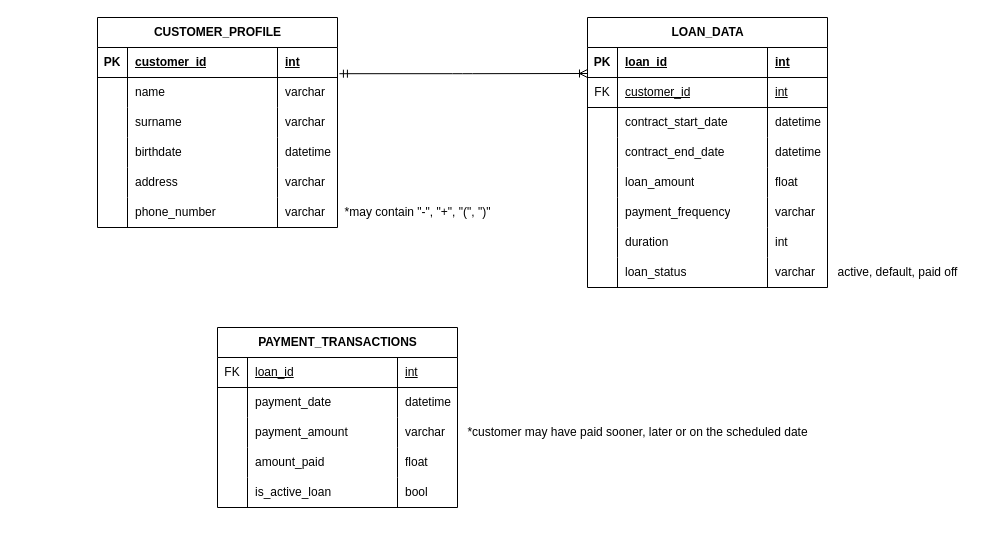
Earlier version of the draw.io diagram Diagrama sin título.drawio (saul-soto/business-case-assessment). Source tidied: cells renumbered, new cells numbered last; positions are measured from the earlier drawing's top-left corner, leaving out a move shared by most shapes. Both pictures are drawn from the tidied source at 100%, with x=0, y=0 at pixel (97, 17).
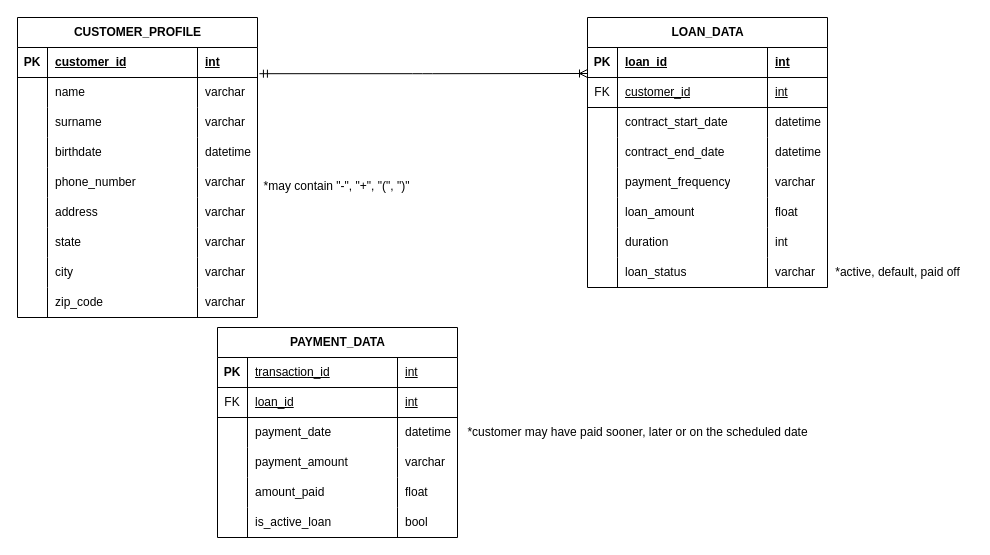
Above is the later version.

The change refers to these unchanged cells:
```xml
<mxCell id="28" value="LOAN_DATA" style="shape=table;startSize=30;childLayout=tableLayout;rowLines=0;fontStyle=1;align=center;html=1;" parent="1" vertex="1">
  <mxGeometry x="490" width="240" height="270" as="geometry" />
</mxCell>
<mxCell id="62" style="shape=tableRow;horizontal=0;startSize=0;swimlaneHead=0;swimlaneBody=0;fillColor=none;top=0;left=0;right=0;bottom=1;" parent="61" vertex="1">
  <mxGeometry y="30" width="240" height="30" as="geometry" />
</mxCell>
```

Change to the diagram source:
```diff
@@
     <mxCell id="3" value="CUSTOMER_PROFILE" style="shape=table;startSize=30;childLayout=tableLayout;rowLines=0;fontStyle=1;align=center;html=1;" parent="1" vertex="1">
-      <mxGeometry width="240" height="210" as="geometry" />
+      <mxGeometry x="-80" width="240" height="300" as="geometry" />
     </mxCell>
@@
+    <mxCell id="24" style="shape=tableRow;horizontal=0;startSize=0;swimlaneHead=0;swimlaneBody=0;fillColor=none;top=0;left=0;right=0;bottom=0;" parent="3" vertex="1">
+      <mxGeometry y="150" width="240" height="30" as="geometry" />
+    </mxCell>
+    <mxCell id="25" style="shape=partialRectangle;fillColor=none;top=0;left=0;bottom=0;right=0;overflow=hidden;whiteSpace=wrap;html=1;" parent="24" vertex="1">
+      <mxGeometry width="30" height="30" as="geometry" />
+    </mxCell>
+    <mxCell id="26" value="phone_number" style="shape=partialRectangle;fillColor=none;top=0;left=0;bottom=0;right=0;align=left;spacingLeft=6;overflow=hidden;whiteSpace=wrap;html=1;" parent="24" vertex="1">
+      <mxGeometry x="30" width="150" height="30" as="geometry" />
+    </mxCell>
+    <mxCell id="27" value="varchar" style="shape=partialRectangle;fillColor=none;top=0;left=0;bottom=0;right=0;align=left;spacingLeft=6;overflow=hidden;whiteSpace=wrap;html=1;" parent="24" vertex="1">
+      <mxGeometry x="180" width="60" height="30" as="geometry" />
+    </mxCell>
+    <mxCell id="85" style="shape=tableRow;horizontal=0;startSize=0;swimlaneHead=0;swimlaneBody=0;fillColor=none;top=0;left=0;right=0;bottom=0;" parent="3" vertex="1">
+      <mxGeometry y="180" width="240" height="30" as="geometry" />
+    </mxCell>
+    <mxCell id="86" style="shape=partialRectangle;fillColor=none;top=0;left=0;bottom=0;right=0;overflow=hidden;whiteSpace=wrap;html=1;" parent="85" vertex="1">
+      <mxGeometry width="30" height="30" as="geometry" />
+    </mxCell>
+    <mxCell id="87" value="address" style="shape=partialRectangle;fillColor=none;top=0;left=0;bottom=0;right=0;align=left;spacingLeft=6;overflow=hidden;whiteSpace=wrap;html=1;" parent="85" vertex="1">
+      <mxGeometry x="30" width="150" height="30" as="geometry" />
+    </mxCell>
+    <mxCell id="88" value="varchar" style="shape=partialRectangle;fillColor=none;top=0;left=0;bottom=0;right=0;align=left;spacingLeft=6;overflow=hidden;whiteSpace=wrap;html=1;" parent="85" vertex="1">
+      <mxGeometry x="180" width="60" height="30" as="geometry" />
+    </mxCell>
+    <mxCell id="89" style="shape=tableRow;horizontal=0;startSize=0;swimlaneHead=0;swimlaneBody=0;fillColor=none;top=0;left=0;right=0;bottom=0;" parent="3" vertex="1">
+      <mxGeometry y="210" width="240" height="30" as="geometry" />
+    </mxCell>
+    <mxCell id="90" style="shape=partialRectangle;fillColor=none;top=0;left=0;bottom=0;right=0;overflow=hidden;whiteSpace=wrap;html=1;" parent="89" vertex="1">
+      <mxGeometry width="30" height="30" as="geometry" />
+    </mxCell>
+    <mxCell id="91" value="state" style="shape=partialRectangle;fillColor=none;top=0;left=0;bottom=0;right=0;align=left;spacingLeft=6;overflow=hidden;whiteSpace=wrap;html=1;" parent="89" vertex="1">
+      <mxGeometry x="30" width="150" height="30" as="geometry" />
+    </mxCell>
+    <mxCell id="92" value="varchar" style="shape=partialRectangle;fillColor=none;top=0;left=0;bottom=0;right=0;align=left;spacingLeft=6;overflow=hidden;whiteSpace=wrap;html=1;" parent="89" vertex="1">
+      <mxGeometry x="180" width="60" height="30" as="geometry" />
+    </mxCell>
     <mxCell id="20" style="shape=tableRow;horizontal=0;startSize=0;swimlaneHead=0;swimlaneBody=0;fillColor=none;top=0;left=0;right=0;bottom=0;" parent="3" vertex="1">
-      <mxGeometry y="150" width="240" height="30" as="geometry" />
+      <mxGeometry y="240" width="240" height="30" as="geometry" />
     </mxCell>
@@
-    <mxCell id="22" value="address" style="shape=partialRectangle;fillColor=none;top=0;left=0;bottom=0;right=0;align=left;spacingLeft=6;overflow=hidden;whiteSpace=wrap;html=1;" parent="20" vertex="1">
+    <mxCell id="22" value="city" style="shape=partialRectangle;fillColor=none;top=0;left=0;bottom=0;right=0;align=left;spacingLeft=6;overflow=hidden;whiteSpace=wrap;html=1;" parent="20" vertex="1">
       <mxGeometry x="30" width="150" height="30" as="geometry" />
     </mxCell>
@@
-    <mxCell id="24" style="shape=tableRow;horizontal=0;startSize=0;swimlaneHead=0;swimlaneBody=0;fillColor=none;top=0;left=0;right=0;bottom=0;" parent="3" vertex="1">
-      <mxGeometry y="180" width="240" height="30" as="geometry" />
-    </mxCell>
-    <mxCell id="25" style="shape=partialRectangle;fillColor=none;top=0;left=0;bottom=0;right=0;overflow=hidden;whiteSpace=wrap;html=1;" parent="24" vertex="1">
-      <mxGeometry width="30" height="30" as="geometry" />
-    </mxCell>
-    <mxCell id="26" value="phone_number" style="shape=partialRectangle;fillColor=none;top=0;left=0;bottom=0;right=0;align=left;spacingLeft=6;overflow=hidden;whiteSpace=wrap;html=1;" parent="24" vertex="1">
-      <mxGeometry x="30" width="150" height="30" as="geometry" />
-    </mxCell>
-    <mxCell id="27" value="varchar" style="shape=partialRectangle;fillColor=none;top=0;left=0;bottom=0;right=0;align=left;spacingLeft=6;overflow=hidden;whiteSpace=wrap;html=1;" parent="24" vertex="1">
-      <mxGeometry x="180" width="60" height="30" as="geometry" />
-    </mxCell>
+    <mxCell id="93" style="shape=tableRow;horizontal=0;startSize=0;swimlaneHead=0;swimlaneBody=0;fillColor=none;top=0;left=0;right=0;bottom=0;" parent="3" vertex="1">
+      <mxGeometry y="270" width="240" height="30" as="geometry" />
+    </mxCell>
+    <mxCell id="94" style="shape=partialRectangle;fillColor=none;top=0;left=0;bottom=0;right=0;overflow=hidden;whiteSpace=wrap;html=1;" parent="93" vertex="1">
+      <mxGeometry width="30" height="30" as="geometry" />
+    </mxCell>
+    <mxCell id="95" value="zip_code" style="shape=partialRectangle;fillColor=none;top=0;left=0;bottom=0;right=0;align=left;spacingLeft=6;overflow=hidden;whiteSpace=wrap;html=1;" parent="93" vertex="1">
+      <mxGeometry x="30" width="150" height="30" as="geometry" />
+    </mxCell>
+    <mxCell id="96" value="varchar" style="shape=partialRectangle;fillColor=none;top=0;left=0;bottom=0;right=0;align=left;spacingLeft=6;overflow=hidden;whiteSpace=wrap;html=1;" parent="93" vertex="1">
+      <mxGeometry x="180" width="60" height="30" as="geometry" />
+    </mxCell>
@@
+    <mxCell id="49" style="shape=tableRow;horizontal=0;startSize=0;swimlaneHead=0;swimlaneBody=0;fillColor=none;top=0;left=0;right=0;bottom=0;" parent="28" vertex="1">
+      <mxGeometry y="150" width="240" height="30" as="geometry" />
+    </mxCell>
+    <mxCell id="50" style="shape=partialRectangle;fillColor=none;top=0;left=0;bottom=0;right=0;overflow=hidden;whiteSpace=wrap;html=1;" parent="49" vertex="1">
+      <mxGeometry width="30" height="30" as="geometry" />
+    </mxCell>
+    <mxCell id="51" value="payment_frequency" style="shape=partialRectangle;fillColor=none;top=0;left=0;bottom=0;right=0;align=left;spacingLeft=6;overflow=hidden;whiteSpace=wrap;html=1;" parent="49" vertex="1">
+      <mxGeometry x="30" width="150" height="30" as="geometry" />
+    </mxCell>
+    <mxCell id="52" value="varchar" style="shape=partialRectangle;fillColor=none;top=0;left=0;bottom=0;right=0;align=left;spacingLeft=6;overflow=hidden;whiteSpace=wrap;html=1;" parent="49" vertex="1">
+      <mxGeometry x="180" width="60" height="30" as="geometry" />
+    </mxCell>
     <mxCell id="45" style="shape=tableRow;horizontal=0;startSize=0;swimlaneHead=0;swimlaneBody=0;fillColor=none;top=0;left=0;right=0;bottom=0;" parent="28" vertex="1">
-      <mxGeometry y="150" width="240" height="30" as="geometry" />
+      <mxGeometry y="180" width="240" height="30" as="geometry" />
     </mxCell>
@@
-    <mxCell id="49" style="shape=tableRow;horizontal=0;startSize=0;swimlaneHead=0;swimlaneBody=0;fillColor=none;top=0;left=0;right=0;bottom=0;" parent="28" vertex="1">
-      <mxGeometry y="180" width="240" height="30" as="geometry" />
-    </mxCell>
-    <mxCell id="50" style="shape=partialRectangle;fillColor=none;top=0;left=0;bottom=0;right=0;overflow=hidden;whiteSpace=wrap;html=1;" parent="49" vertex="1">
-      <mxGeometry width="30" height="30" as="geometry" />
-    </mxCell>
-    <mxCell id="51" value="payment_frequency" style="shape=partialRectangle;fillColor=none;top=0;left=0;bottom=0;right=0;align=left;spacingLeft=6;overflow=hidden;whiteSpace=wrap;html=1;" parent="49" vertex="1">
-      <mxGeometry x="30" width="150" height="30" as="geometry" />
-    </mxCell>
-    <mxCell id="52" value="varchar" style="shape=partialRectangle;fillColor=none;top=0;left=0;bottom=0;right=0;align=left;spacingLeft=6;overflow=hidden;whiteSpace=wrap;html=1;" parent="49" vertex="1">
-      <mxGeometry x="180" width="60" height="30" as="geometry" />
-    </mxCell>
@@
-    <mxCell id="61" value="PAYMENT_TRANSACTIONS" style="shape=table;startSize=30;childLayout=tableLayout;rowLines=0;fontStyle=1;align=center;html=1;" parent="1" vertex="1">
-      <mxGeometry x="120" y="310" width="240" height="180" as="geometry" />
+    <mxCell id="61" value="PAYMENT_DATA" style="shape=table;startSize=30;childLayout=tableLayout;rowLines=0;fontStyle=1;align=center;html=1;" parent="1" vertex="1">
+      <mxGeometry x="120" y="310" width="240" height="210" as="geometry" />
     </mxCell>
@@
-    <mxCell id="63" value="FK" style="shape=partialRectangle;fillColor=none;top=0;left=0;bottom=0;right=0;fontStyle=0;overflow=hidden;whiteSpace=wrap;html=1;" parent="62" vertex="1">
+    <mxCell id="63" value="PK" style="shape=partialRectangle;fillColor=none;top=0;left=0;bottom=0;right=0;fontStyle=1;overflow=hidden;whiteSpace=wrap;html=1;" parent="62" vertex="1">
       <mxGeometry width="30" height="30" as="geometry" />
     </mxCell>
-    <mxCell id="64" value="loan_id" style="shape=partialRectangle;fillColor=none;top=0;left=0;bottom=0;right=0;align=left;spacingLeft=6;fontStyle=4;overflow=hidden;whiteSpace=wrap;html=1;" parent="62" vertex="1">
+    <mxCell id="64" value="transaction_id" style="shape=partialRectangle;fillColor=none;top=0;left=0;bottom=0;right=0;align=left;spacingLeft=6;fontStyle=4;overflow=hidden;whiteSpace=wrap;html=1;" parent="62" vertex="1">
       <mxGeometry x="30" width="150" height="30" as="geometry" />
     </mxCell>
@@
+    <mxCell id="97" style="shape=tableRow;horizontal=0;startSize=0;swimlaneHead=0;swimlaneBody=0;fillColor=none;top=0;left=0;right=0;bottom=1;" parent="61" vertex="1">
+      <mxGeometry y="60" width="240" height="30" as="geometry" />
+    </mxCell>
+    <mxCell id="98" value="FK" style="shape=partialRectangle;fillColor=none;top=0;left=0;bottom=0;right=0;fontStyle=0;overflow=hidden;whiteSpace=wrap;html=1;" parent="97" vertex="1">
+      <mxGeometry width="30" height="30" as="geometry" />
+    </mxCell>
+    <mxCell id="99" value="loan_id" style="shape=partialRectangle;fillColor=none;top=0;left=0;bottom=0;right=0;align=left;spacingLeft=6;fontStyle=4;overflow=hidden;whiteSpace=wrap;html=1;" parent="97" vertex="1">
+      <mxGeometry x="30" width="150" height="30" as="geometry" />
+    </mxCell>
+    <mxCell id="100" value="int" style="shape=partialRectangle;fillColor=none;top=0;left=0;bottom=0;right=0;align=left;spacingLeft=6;fontStyle=4;overflow=hidden;whiteSpace=wrap;html=1;" parent="97" vertex="1">
+      <mxGeometry x="180" width="60" height="30" as="geometry" />
+    </mxCell>
     <mxCell id="66" style="shape=tableRow;horizontal=0;startSize=0;swimlaneHead=0;swimlaneBody=0;fillColor=none;top=0;left=0;right=0;bottom=0;" parent="61" vertex="1">
-      <mxGeometry y="60" width="240" height="30" as="geometry" />
+      <mxGeometry y="90" width="240" height="30" as="geometry" />
     </mxCell>
@@
     <mxCell id="70" style="shape=tableRow;horizontal=0;startSize=0;swimlaneHead=0;swimlaneBody=0;fillColor=none;top=0;left=0;right=0;bottom=0;" parent="61" vertex="1">
-      <mxGeometry y="90" width="240" height="30" as="geometry" />
+      <mxGeometry y="120" width="240" height="30" as="geometry" />
     </mxCell>
@@
     <mxCell id="74" style="shape=tableRow;horizontal=0;startSize=0;swimlaneHead=0;swimlaneBody=0;fillColor=none;top=0;left=0;right=0;bottom=0;" parent="61" vertex="1">
-      <mxGeometry y="120" width="240" height="30" as="geometry" />
+      <mxGeometry y="150" width="240" height="30" as="geometry" />
     </mxCell>
@@
     <mxCell id="78" style="shape=tableRow;horizontal=0;startSize=0;swimlaneHead=0;swimlaneBody=0;fillColor=none;top=0;left=0;right=0;bottom=0;" parent="61" vertex="1">
-      <mxGeometry y="150" width="240" height="30" as="geometry" />
+      <mxGeometry y="180" width="240" height="30" as="geometry" />
     </mxCell>
@@
-    <mxCell id="82" value="active, default, paid off" style="text;html=1;align=center;verticalAlign=middle;strokeColor=none;fillColor=none;" parent="1" vertex="1">
-      <mxGeometry x="730" y="240" width="140" height="30" as="geometry" />
+    <mxCell id="82" value="*active, default, paid off" style="text;html=1;align=center;verticalAlign=middle;strokeColor=none;fillColor=none;" parent="1" vertex="1">
+      <mxGeometry x="725" y="240" width="150" height="30" as="geometry" />
     </mxCell>
     <mxCell id="83" value="*may contain &quot;-&quot;, &quot;+&quot;, &quot;(&quot;, &quot;)&quot;" style="text;html=1;align=center;verticalAlign=middle;strokeColor=none;fillColor=none;" parent="1" vertex="1">
-      <mxGeometry x="235" y="180" width="170" height="30" as="geometry" />
+      <mxGeometry x="154" y="154" width="170" height="30" as="geometry" />
     </mxCell>
```
